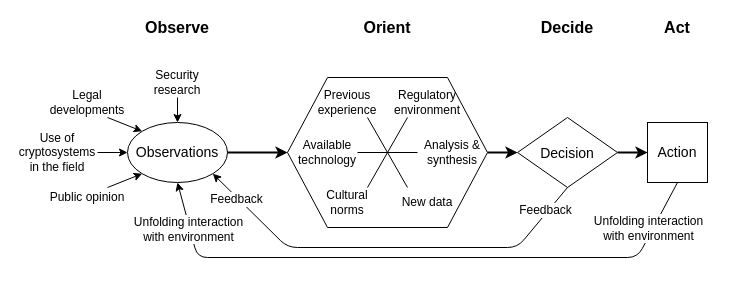
This is dfds/OODA-loop.drawio from kkredit/confronting-wicked-crypto, a draw.io file, before an edit. Source tidied: cells renumbered, new cells numbered last; positions are measured from the earlier drawing's top-left corner, leaving out a move shared by most shapes. Both pictures are drawn from the tidied source at 100%, with x=0, y=0 at pixel (17, 17).
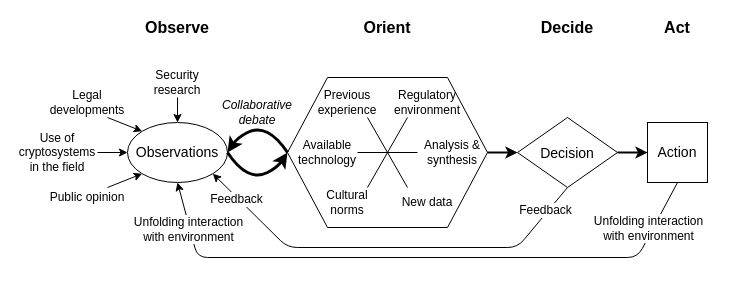
The same diagram, later.

Commit message (it also covers changes not shown here):
Update OODA model and begin writing chap 3

The change refers to these unchanged cells:
```xml
<mxCell id="2" value="Observations" style="ellipse;whiteSpace=wrap;html=1;fontSize=14;" parent="1" vertex="1">
  <mxGeometry x="110" y="105" width="100" height="60" as="geometry" />
</mxCell>
<mxCell id="10" style="shape=hexagon;perimeter=hexagonPerimeter2;whiteSpace=wrap;html=1;fixedSize=1;fontSize=14;size=40;" parent="1" vertex="1">
  <mxGeometry x="270" y="60" width="200" height="150" as="geometry" />
</mxCell>
```

What changed in the source:
```diff
@@
-    <mxCell id="11" style="endArrow=classic;html=1;fontSize=14;exitX=1;exitY=0.5;exitDx=0;exitDy=0;entryX=0;entryY=0.5;entryDx=0;entryDy=0;strokeWidth=2;" parent="1" edge="1" source="2" target="10">
-      <mxGeometry relative="1" as="geometry" />
+    <mxCell id="11" style="endArrow=classic;html=1;fontSize=14;exitX=1;exitY=0.5;exitDx=0;exitDy=0;entryX=0;entryY=0.5;entryDx=0;entryDy=0;strokeWidth=3;curved=1;" parent="1" edge="1" source="2" target="10">
+      <mxGeometry relative="1" as="geometry">
+        <Array as="points">
+          <mxPoint x="220" y="150" />
+          <mxPoint x="240" y="160" />
+          <mxPoint x="260" y="150" />
+        </Array>
+      </mxGeometry>
     </mxCell>
@@
+    <mxCell id="36" style="endArrow=classic;html=1;exitX=0;exitY=0.5;exitDx=0;exitDy=0;entryX=1;entryY=0.5;entryDx=0;entryDy=0;strokeWidth=3;curved=1;" parent="1" edge="1" source="10" target="2">
+      <mxGeometry relative="1" as="geometry">
+        <Array as="points">
+          <mxPoint x="260" y="120" />
+          <mxPoint x="240" y="110" />
+          <mxPoint x="220" y="120" />
+        </Array>
+      </mxGeometry>
+    </mxCell>
+    <mxCell id="37" value="Collaborative debate" style="text;html=1;strokeColor=none;fillColor=none;align=center;verticalAlign=middle;whiteSpace=wrap;rounded=0;fontSize=12;fontStyle=2;" parent="1" vertex="1">
+      <mxGeometry x="200" y="80" width="80" height="30" as="geometry" />
+    </mxCell>
+    <mxCell id="38" parent="0" />
```
